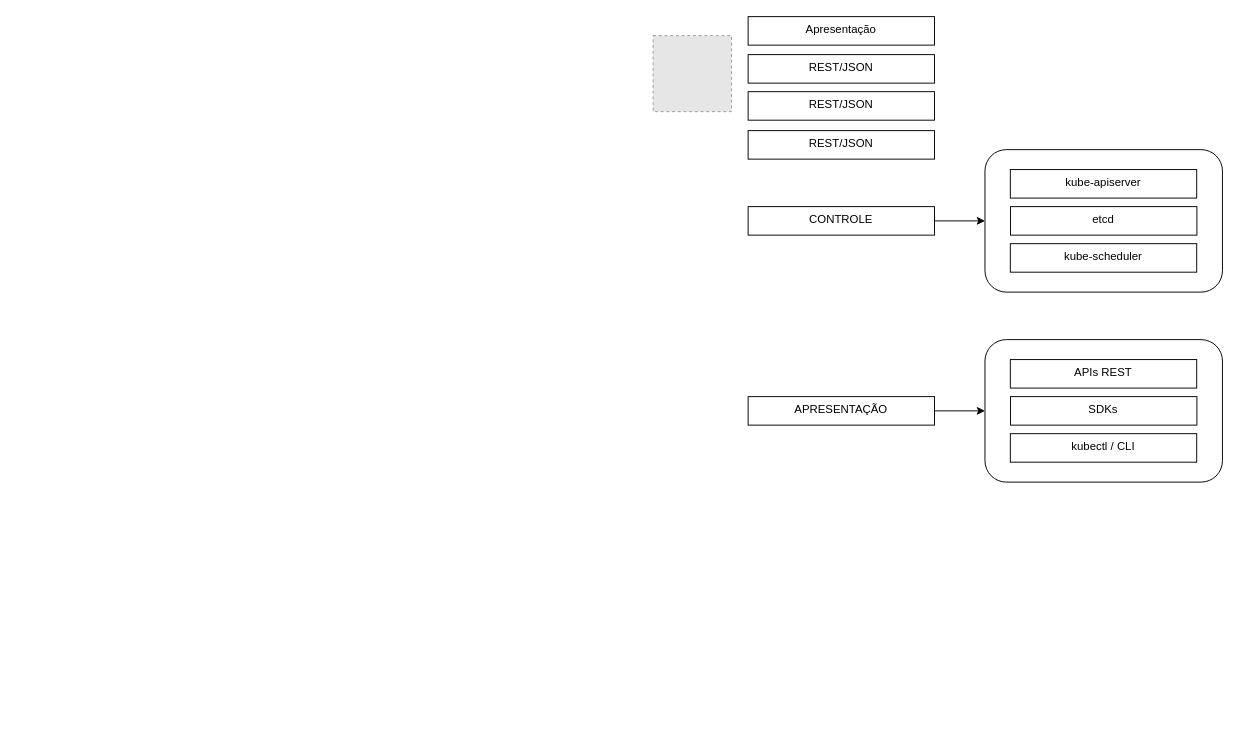
Before: readme/fatec/Pesquisa/Trabalho/Diagrama Agents - TCC.drawio in efraim-lima/GitBook, a draw.io diagram. Source tidied: cells renumbered, new cells numbered last; positions are measured from the earlier drawing's top-left corner, leaving out a move shared by most shapes. Both pictures are drawn from the tidied source at 95%, with x=0, y=0 at pixel (653, 16). Pictures stored in the file or linked from it are replaced by grey dashed boxes.
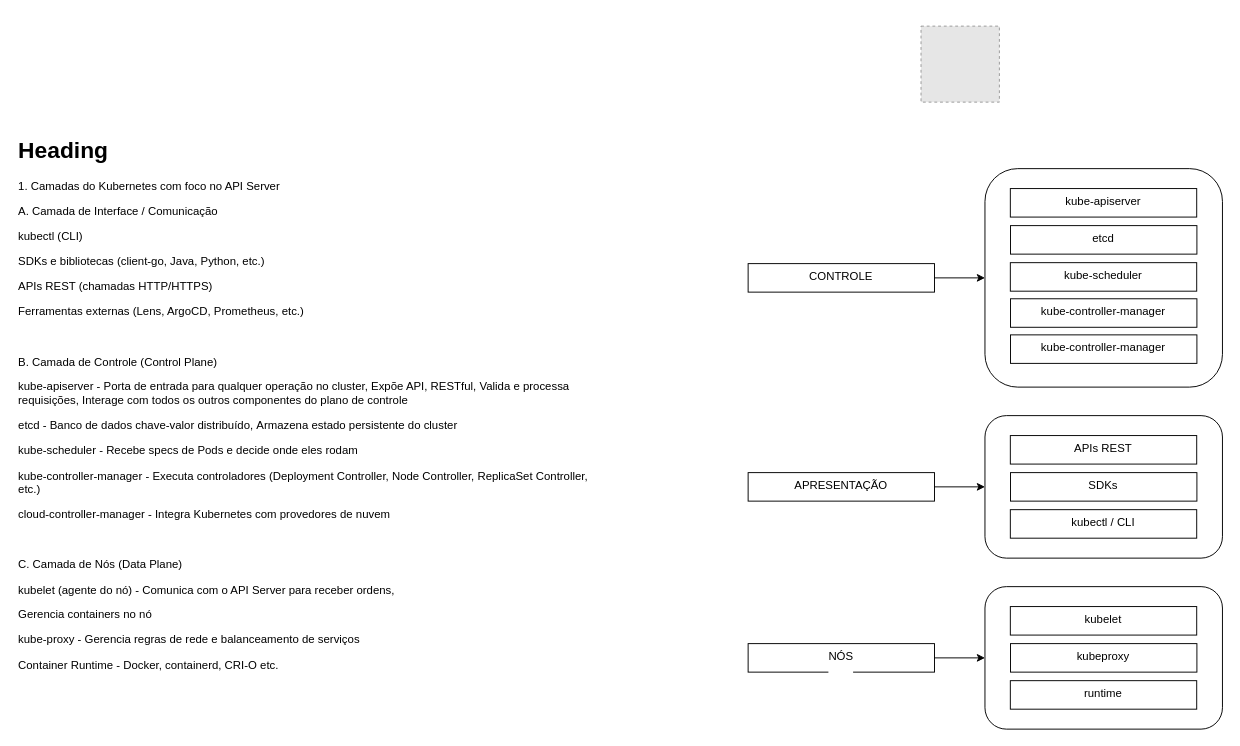
After the change.

The edit, as a diff of the source:
```diff
@@
     <mxCell id="2" style="fillColor=#E6E6E6;strokeColor=#999999;dashed=1;verticalLabelPosition=bottom;labelBackgroundColor=default;verticalAlign=top;" parent="1" vertex="1">
-      <mxGeometry y="20" width="82.5" height="80" as="geometry" />
+      <mxGeometry x="282" y="10" width="82.5" height="80" as="geometry" />
     </mxCell>
-    <mxCell id="3" value="Apresentação" style="whiteSpace=wrap;html=1;verticalAlign=top;labelBackgroundColor=default;" parent="1" vertex="1">
-      <mxGeometry x="100" width="196.2" height="30" as="geometry" />
-    </mxCell>
-    <mxCell id="4" value="REST/JSON" style="whiteSpace=wrap;html=1;verticalAlign=top;labelBackgroundColor=default;" parent="1" vertex="1">
-      <mxGeometry x="100" y="40" width="196.2" height="30" as="geometry" />
-    </mxCell>
-    <mxCell id="5" value="REST/JSON" style="whiteSpace=wrap;html=1;verticalAlign=top;labelBackgroundColor=default;" parent="1" vertex="1">
-      <mxGeometry x="100" y="79" width="196.2" height="30" as="geometry" />
-    </mxCell>
-    <mxCell id="6" value="REST/JSON" style="whiteSpace=wrap;html=1;verticalAlign=top;labelBackgroundColor=default;" parent="1" vertex="1">
-      <mxGeometry x="100" y="120" width="196.2" height="30" as="geometry" />
-    </mxCell>
     <mxCell id="7" style="group;" parent="1" vertex="1">
-      <mxGeometry x="100" y="340" width="499.3" height="150" as="geometry" />
+      <mxGeometry x="100" y="420" width="499.3" height="150" as="geometry" />
     </mxCell>
@@
     <mxCell id="16" style="group;" parent="1" vertex="1">
-      <mxGeometry x="100" y="140" width="499.3" height="150" as="geometry" />
+      <mxGeometry x="100" y="160" width="499.3" height="250" as="geometry" />
     </mxCell>
     <mxCell id="17" value="CONTROLE" style="whiteSpace=wrap;html=1;verticalAlign=top;labelBackgroundColor=default;" parent="16" vertex="1">
-      <mxGeometry y="60" width="196.2" height="30" as="geometry" />
+      <mxGeometry y="100" width="196.2" height="30" as="geometry" />
     </mxCell>
     <mxCell id="18" style="group;" parent="16" vertex="1">
-      <mxGeometry x="249.3" width="250" height="150" as="geometry" />
+      <mxGeometry x="249.3" width="250" height="250" as="geometry" />
     </mxCell>
     <mxCell id="19" style="rounded=1;whiteSpace=wrap;html=1;" parent="18" vertex="1">
-      <mxGeometry width="250" height="150" as="geometry" />
+      <mxGeometry width="250" height="230" as="geometry" />
     </mxCell>
@@
+    <mxCell id="25" value="kube-controller-manager" style="whiteSpace=wrap;html=1;verticalAlign=top;labelBackgroundColor=default;" parent="18" vertex="1">
+      <mxGeometry x="26.9" y="137" width="196.2" height="30" as="geometry" />
+    </mxCell>
+    <mxCell id="26" value="kube-controller-manager" style="whiteSpace=wrap;html=1;verticalAlign=top;labelBackgroundColor=default;" parent="18" vertex="1">
+      <mxGeometry x="26.9" y="175" width="196.2" height="30" as="geometry" />
+    </mxCell>
@@
+    <mxCell id="27" style="group;" parent="1" vertex="1">
+      <mxGeometry x="100" y="600" width="499.3" height="150" as="geometry" />
+    </mxCell>
+    <mxCell id="28" value="NÓS&lt;div&gt;&lt;br&gt;&lt;/div&gt;" style="whiteSpace=wrap;html=1;verticalAlign=top;labelBackgroundColor=default;" parent="27" vertex="1">
+      <mxGeometry y="60" width="196.2" height="30" as="geometry" />
+    </mxCell>
+    <mxCell id="29" style="group;" parent="27" vertex="1">
+      <mxGeometry x="249.3" width="250" height="150" as="geometry" />
+    </mxCell>
+    <mxCell id="30" style="rounded=1;whiteSpace=wrap;html=1;" parent="29" vertex="1">
+      <mxGeometry width="250" height="150" as="geometry" />
+    </mxCell>
+    <mxCell id="31" style="group;" parent="29" vertex="1">
+      <mxGeometry x="26.7" y="21" width="196.4" height="108" as="geometry" />
+    </mxCell>
+    <mxCell id="32" value="kubeproxy" style="whiteSpace=wrap;html=1;verticalAlign=top;labelBackgroundColor=default;" parent="31" vertex="1">
+      <mxGeometry x="0.2" y="39" width="196.2" height="30" as="geometry" />
+    </mxCell>
+    <mxCell id="33" value="kubelet" style="whiteSpace=wrap;html=1;verticalAlign=top;labelBackgroundColor=default;" parent="31" vertex="1">
+      <mxGeometry width="196.2" height="30" as="geometry" />
+    </mxCell>
+    <mxCell id="34" value="runtime" style="whiteSpace=wrap;html=1;verticalAlign=top;labelBackgroundColor=default;" parent="31" vertex="1">
+      <mxGeometry y="78" width="196.2" height="30" as="geometry" />
+    </mxCell>
+    <mxCell id="35" style="edgeStyle=orthogonalEdgeStyle;rounded=0;jettySize=auto;html=1;entryX=0;entryY=0.5;entryDx=0;entryDy=0;" parent="27" edge="1" source="28" target="30">
+      <mxGeometry relative="1" as="geometry" />
+    </mxCell>
+    <mxCell id="36" value="&lt;h1 style=&quot;margin-top: 0px;&quot;&gt;Heading&lt;/h1&gt;&lt;p&gt;1. Camadas do Kubernetes com foco no API Server&lt;/p&gt;&lt;p&gt;A. Camada de Interface / Comunicação&lt;/p&gt;&lt;p&gt;kubectl (CLI)&lt;/p&gt;&lt;p&gt;SDKs e bibliotecas (client-go, Java, Python, etc.)&lt;/p&gt;&lt;p&gt;APIs REST (chamadas HTTP/HTTPS)&lt;/p&gt;&lt;p&gt;Ferramentas externas (Lens, ArgoCD, Prometheus, etc.)&lt;/p&gt;&lt;p&gt;&lt;br&gt;&lt;/p&gt;&lt;p&gt;B. Camada de Controle (Control Plane)&lt;/p&gt;&lt;p&gt;kube-apiserver -&amp;nbsp;&lt;span style=&quot;background-color: transparent; color: light-dark(rgb(0, 0, 0), rgb(255, 255, 255));&quot;&gt;Porta de entrada para qualquer operação no cluster,&amp;nbsp;&lt;/span&gt;&lt;span style=&quot;background-color: transparent; color: light-dark(rgb(0, 0, 0), rgb(255, 255, 255));&quot;&gt;Expõe API, RESTful,&amp;nbsp;&lt;/span&gt;&lt;span style=&quot;background-color: transparent; color: light-dark(rgb(0, 0, 0), rgb(255, 255, 255));&quot;&gt;Valida e processa requisições,&amp;nbsp;&lt;/span&gt;&lt;span style=&quot;background-color: transparent; color: light-dark(rgb(0, 0, 0), rgb(255, 255, 255));&quot;&gt;Interage com todos os outros componentes do plano de controle&lt;/span&gt;&lt;/p&gt;&lt;p&gt;etcd -&amp;nbsp;&lt;span style=&quot;background-color: transparent; color: light-dark(rgb(0, 0, 0), rgb(255, 255, 255));&quot;&gt;Banco de dados chave-valor distribuído,&amp;nbsp;&lt;/span&gt;&lt;span style=&quot;background-color: transparent; color: light-dark(rgb(0, 0, 0), rgb(255, 255, 255));&quot;&gt;Armazena estado persistente do cluster&lt;/span&gt;&lt;/p&gt;&lt;p&gt;kube-scheduler -&amp;nbsp;&lt;span style=&quot;background-color: transparent; color: light-dark(rgb(0, 0, 0), rgb(255, 255, 255));&quot;&gt;Recebe specs de Pods e decide onde eles rodam&lt;/span&gt;&lt;/p&gt;&lt;p&gt;&lt;span style=&quot;background-color: transparent; color: light-dark(rgb(0, 0, 0), rgb(255, 255, 255));&quot;&gt;kube-controller-manager -&amp;nbsp;&lt;/span&gt;&lt;span style=&quot;background-color: transparent; color: light-dark(rgb(0, 0, 0), rgb(255, 255, 255));&quot;&gt;Executa controladores (Deployment Controller, Node Controller, ReplicaSet Controller, etc.)&lt;/span&gt;&lt;/p&gt;&lt;p&gt;cloud-controller-manager -&amp;nbsp;&lt;span style=&quot;background-color: transparent; color: light-dark(rgb(0, 0, 0), rgb(255, 255, 255));&quot;&gt;Integra Kubernetes com provedores de nuvem&lt;/span&gt;&lt;/p&gt;&lt;p&gt;&lt;br&gt;&lt;/p&gt;&lt;p&gt;C. Camada de Nós (Data Plane)&lt;/p&gt;&lt;p&gt;kubelet (agente do nó) -&amp;nbsp;&lt;span style=&quot;background-color: transparent; color: light-dark(rgb(0, 0, 0), rgb(255, 255, 255));&quot;&gt;Comunica com o API Server para receber ordens,&amp;nbsp;&lt;/span&gt;&lt;/p&gt;&lt;p&gt;Gerencia containers no nó&lt;/p&gt;&lt;p&gt;kube-proxy -&amp;nbsp;&lt;span style=&quot;background-color: transparent; color: light-dark(rgb(0, 0, 0), rgb(255, 255, 255));&quot;&gt;Gerencia regras de rede e balanceamento de serviços&lt;/span&gt;&lt;/p&gt;&lt;p&gt;Container Runtime -&amp;nbsp;&lt;span style=&quot;background-color: transparent; color: light-dark(rgb(0, 0, 0), rgb(255, 255, 255));&quot;&gt;Docker, containerd, CRI-O etc.&lt;/span&gt;&lt;/p&gt;" style="text;html=1;whiteSpace=wrap;overflow=hidden;rounded=0;" parent="1" vertex="1">
+      <mxGeometry x="-670" y="120" width="610" height="620" as="geometry" />
+    </mxCell>
```
